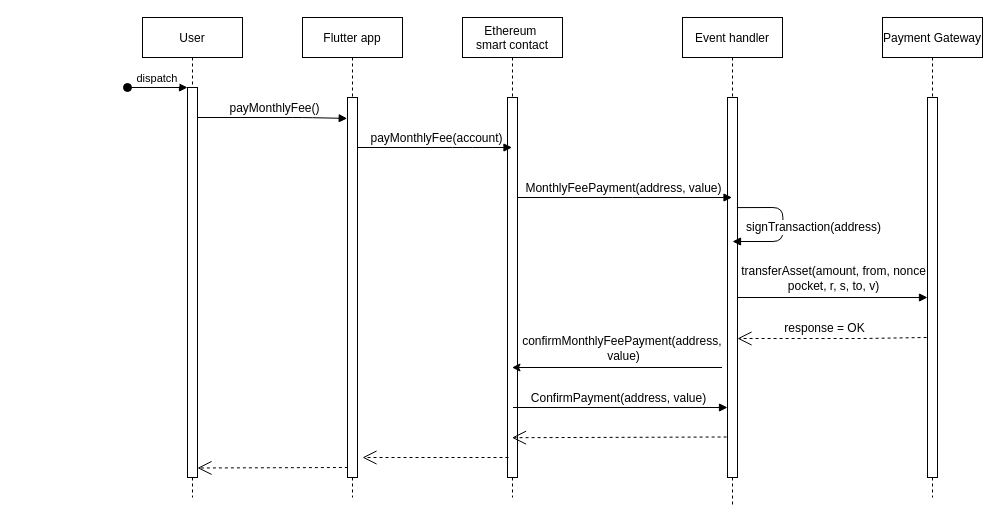
This is sysplan/payment-sequence.drawio from pelyhe/thesis, a draw.io file, before an edit. Source tidied: cells renumbered, new cells numbered last; positions are measured from the earlier drawing's top-left corner, leaving out a move shared by most shapes. Both pictures are drawn from the tidied source at 100%, with x=0, y=0 at pixel (127, 17).
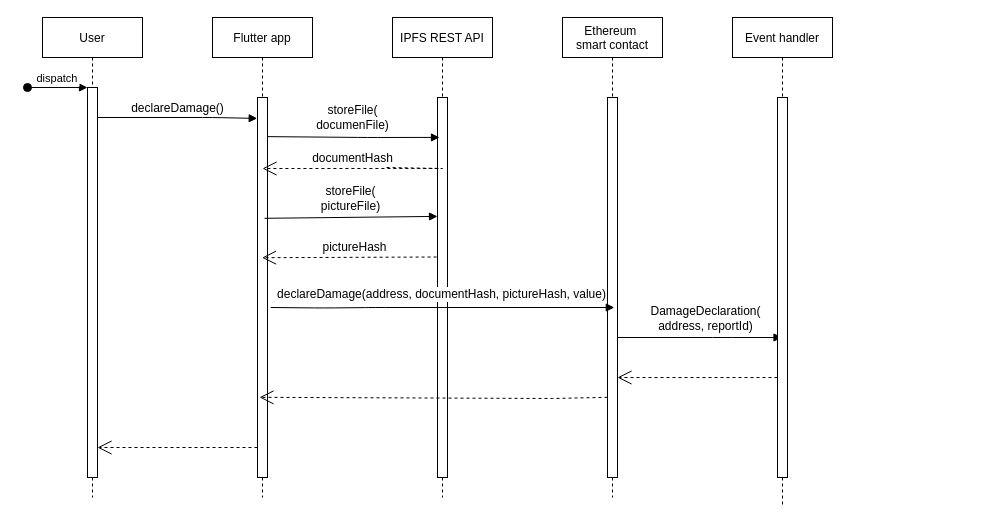
The same page after the edit.

The change refers to these unchanged cells:
```xml
<mxCell id="3" style="points=[];perimeter=orthogonalPerimeter;rounded=0;shadow=0;strokeWidth=1;" parent="2" vertex="1">
  <mxGeometry x="45" y="70" width="10" height="390" as="geometry" />
</mxCell>
<mxCell id="6" style="points=[];perimeter=orthogonalPerimeter;rounded=0;shadow=0;strokeWidth=1;" parent="5" vertex="1">
  <mxGeometry x="45" y="80" width="10" height="380" as="geometry" />
</mxCell>
<mxCell id="10" style="points=[];perimeter=orthogonalPerimeter;rounded=0;shadow=0;strokeWidth=1;" parent="9" vertex="1">
  <mxGeometry x="45" y="80" width="10" height="380" as="geometry" />
</mxCell>
<mxCell id="20" style="points=[];perimeter=orthogonalPerimeter;rounded=0;shadow=0;strokeWidth=1;" parent="19" vertex="1">
  <mxGeometry x="45" y="80" width="10" height="380" as="geometry" />
</mxCell>
```

What changed in the source:
```diff
@@
     <mxCell id="2" value="User" style="shape=umlLifeline;perimeter=lifelinePerimeter;rounded=0;shadow=0;strokeWidth=1;" parent="1" vertex="1">
-      <mxGeometry x="15" width="100" height="480" as="geometry" />
+      <mxGeometry x="-85" width="100" height="480" as="geometry" />
     </mxCell>
@@
     <mxCell id="5" value="Flutter app" style="shape=umlLifeline;perimeter=lifelinePerimeter;rounded=0;shadow=0;strokeWidth=1;" parent="1" vertex="1">
-      <mxGeometry x="175" width="100" height="480" as="geometry" />
+      <mxGeometry x="85" width="100" height="480" as="geometry" />
     </mxCell>
@@
     <mxCell id="7" style="verticalAlign=bottom;endArrow=block;shadow=0;strokeWidth=1;entryX=-0.029;entryY=0.055;entryDx=0;entryDy=0;entryPerimeter=0;" parent="1" edge="1" source="3" target="6">
       <mxGeometry relative="1" as="geometry">
         <Array as="points">
-          <mxPoint x="175" y="100" />
+          <mxPoint x="85" y="100" />
         </Array>
       </mxGeometry>
     </mxCell>
-    <mxCell id="8" value="payMonthlyFee()" style="edgeLabel;html=1;align=center;verticalAlign=middle;fontSize=12;" parent="7" vertex="1">
+    <mxCell id="8" value="declareDamage()" style="edgeLabel;html=1;align=center;verticalAlign=middle;fontSize=12;" parent="7" vertex="1">
       <mxGeometry x="-0.28" relative="1" as="geometry">
         <mxPoint x="22" y="-10" as="offset" />
       </mxGeometry>
     </mxCell>
     <mxCell id="9" value="Ethereum &#10;smart contact" style="shape=umlLifeline;perimeter=lifelinePerimeter;rounded=0;shadow=0;strokeWidth=1;" parent="1" vertex="1">
-      <mxGeometry x="335" width="100" height="480" as="geometry" />
+      <mxGeometry x="435" width="100" height="480" as="geometry" />
     </mxCell>
@@
-    <mxCell id="11" style="verticalAlign=bottom;endArrow=block;shadow=0;strokeWidth=1;" parent="9" edge="1">
-      <mxGeometry relative="1" as="geometry">
-        <mxPoint x="-105" y="130" as="sourcePoint" />
-        <mxPoint x="49.5" y="130" as="targetPoint" />
-        <Array as="points">
-          <mxPoint y="130" />
-        </Array>
-      </mxGeometry>
-    </mxCell>
-    <mxCell id="12" value="payMonthlyFee(account)" style="edgeLabel;html=1;align=center;verticalAlign=middle;fontSize=12;" parent="11" vertex="1">
-      <mxGeometry x="-0.28" relative="1" as="geometry">
-        <mxPoint x="22" y="-10" as="offset" />
-      </mxGeometry>
-    </mxCell>
-    <mxCell id="13" value="Payment Gateway" style="shape=umlLifeline;perimeter=lifelinePerimeter;rounded=0;shadow=0;strokeWidth=1;size=40;" parent="1" vertex="1">
-      <mxGeometry x="755" width="100" height="480" as="geometry" />
-    </mxCell>
-    <mxCell id="14" style="points=[];perimeter=orthogonalPerimeter;rounded=0;shadow=0;strokeWidth=1;" parent="13" vertex="1">
-      <mxGeometry x="45" y="80" width="10" height="380" as="geometry" />
-    </mxCell>
-    <mxCell id="15" style="endArrow=open;endSize=12;dashed=1;html=1;rounded=0;exitX=0.043;exitY=0.867;exitDx=0;exitDy=0;exitPerimeter=0;" parent="13" edge="1" target="20">
-      <mxGeometry x="-0.03" y="-10" relative="1" as="geometry">
-        <mxPoint x="44.1" y="320" as="sourcePoint" />
-        <Array as="points">
-          <mxPoint x="45" y="320.7" />
-          <mxPoint x="-20" y="321" />
-        </Array>
-      </mxGeometry>
-    </mxCell>
-    <mxCell id="16" value="response = OK" style="edgeLabel;html=1;align=center;verticalAlign=middle;fontSize=12;" parent="15" vertex="1">
-      <mxGeometry x="0.51" relative="1" as="geometry">
-        <mxPoint x="39" y="-11" as="offset" />
-      </mxGeometry>
-    </mxCell>
-    <mxCell id="17" style="verticalAlign=bottom;endArrow=block;shadow=0;strokeWidth=1;" parent="13" edge="1">
-      <mxGeometry relative="1" as="geometry">
-        <mxPoint x="-154.5" y="280" as="sourcePoint" />
-        <mxPoint x="45" y="280" as="targetPoint" />
-        <Array as="points">
-          <mxPoint x="-98.5" y="280" />
-        </Array>
-      </mxGeometry>
-    </mxCell>
-    <mxCell id="18" value="transferAsset(amount, from, nonce&lt;br style=&quot;font-size: 12px;&quot;&gt;pocket, r, s, to, v)" style="edgeLabel;html=1;align=center;verticalAlign=middle;fontSize=12;" parent="17" vertex="1">
-      <mxGeometry x="-0.28" relative="1" as="geometry">
-        <mxPoint x="33" y="-20" as="offset" />
-      </mxGeometry>
-    </mxCell>
+    <mxCell id="28" style="verticalAlign=bottom;endArrow=block;shadow=0;strokeWidth=1;" parent="9" edge="1">
+      <mxGeometry relative="1" as="geometry">
+        <mxPoint x="55" y="320" as="sourcePoint" />
+        <mxPoint x="219.5" y="320" as="targetPoint" />
+        <Array as="points">
+          <mxPoint x="160" y="320" />
+        </Array>
+      </mxGeometry>
+    </mxCell>
+    <mxCell id="29" value="DamageDeclaration(&lt;br&gt;address, reportId)" style="edgeLabel;html=1;align=center;verticalAlign=middle;fontSize=12;" parent="28" vertex="1">
+      <mxGeometry x="-0.28" relative="1" as="geometry">
+        <mxPoint x="28" y="-20" as="offset" />
+      </mxGeometry>
+    </mxCell>
     <mxCell id="19" value="Event handler" style="shape=umlLifeline;perimeter=lifelinePerimeter;rounded=0;shadow=0;strokeWidth=1;" parent="1" vertex="1">
-      <mxGeometry x="555" width="100" height="490" as="geometry" />
+      <mxGeometry x="605" width="100" height="490" as="geometry" />
     </mxCell>
@@
-    <mxCell id="21" style="verticalAlign=bottom;endArrow=block;shadow=0;strokeWidth=1;exitX=0.9;exitY=0.174;exitDx=0;exitDy=0;exitPerimeter=0;" parent="19" edge="1">
-      <mxGeometry relative="1" as="geometry">
-        <mxPoint x="54.4" y="190.1" as="sourcePoint" />
-        <mxPoint x="50" y="224" as="targetPoint" />
-        <Array as="points">
-          <mxPoint x="100.4" y="190" />
-          <mxPoint x="100.4" y="224" />
-        </Array>
-      </mxGeometry>
-    </mxCell>
-    <mxCell id="22" value="signTransaction(address)" style="edgeLabel;html=1;align=center;verticalAlign=middle;fontSize=12;" parent="21" vertex="1">
-      <mxGeometry x="-0.28" relative="1" as="geometry">
-        <mxPoint x="30" y="19" as="offset" />
-      </mxGeometry>
-    </mxCell>
-    <mxCell id="23" style="endArrow=open;endSize=12;dashed=1;html=1;rounded=0;exitX=0.043;exitY=0.867;exitDx=0;exitDy=0;exitPerimeter=0;" parent="19" edge="1" target="9">
+    <mxCell id="23" style="endArrow=open;endSize=12;dashed=1;html=1;rounded=0;" parent="19" edge="1" target="10">
       <mxGeometry x="-0.03" y="-10" relative="1" as="geometry">
-        <mxPoint x="44.1" y="419.5" as="sourcePoint" />
+        <mxPoint x="45" y="360" as="sourcePoint" />
         <Array as="points">
-          <mxPoint x="45" y="420.2" />
+          <mxPoint x="-80" y="360" />
+          <mxPoint x="-110" y="360" />
         </Array>
       </mxGeometry>
     </mxCell>
-    <mxCell id="24" style="verticalAlign=bottom;endArrow=block;shadow=0;strokeWidth=1;" parent="1" edge="1" target="19">
-      <mxGeometry relative="1" as="geometry">
-        <mxPoint x="390" y="180" as="sourcePoint" />
-        <Array as="points">
-          <mxPoint x="495" y="180" />
-        </Array>
-      </mxGeometry>
-    </mxCell>
-    <mxCell id="25" value="MonthlyFeePayment(address, value)" style="edgeLabel;html=1;align=center;verticalAlign=middle;fontSize=12;" parent="24" vertex="1">
-      <mxGeometry x="-0.28" relative="1" as="geometry">
-        <mxPoint x="28" y="-10" as="offset" />
-      </mxGeometry>
-    </mxCell>
-    <mxCell id="26" style="endArrow=classic;html=1;rounded=0;" parent="1" edge="1">
-      <mxGeometry relative="1" as="geometry">
-        <mxPoint x="594.5" y="350" as="sourcePoint" />
-        <mxPoint x="384.5" y="350" as="targetPoint" />
-      </mxGeometry>
-    </mxCell>
-    <mxCell id="27" value="&lt;font style=&quot;font-size: 12px;&quot;&gt;confirmMonthlyFeePayment(address,&amp;nbsp;&lt;br&gt;value)&lt;/font&gt;" style="edgeLabel;html=1;align=center;verticalAlign=middle;" parent="26" vertex="1">
-      <mxGeometry relative="1" as="geometry">
-        <mxPoint x="6" y="-20" as="offset" />
-      </mxGeometry>
-    </mxCell>
-    <mxCell id="28" style="verticalAlign=bottom;endArrow=block;shadow=0;strokeWidth=1;" parent="1" edge="1">
-      <mxGeometry relative="1" as="geometry">
-        <mxPoint x="385.5" y="390" as="sourcePoint" />
-        <mxPoint x="600" y="390" as="targetPoint" />
-        <Array as="points">
-          <mxPoint x="490.5" y="390" />
-        </Array>
-      </mxGeometry>
-    </mxCell>
-    <mxCell id="29" value="ConfirmPayment(address, value)" style="edgeLabel;html=1;align=center;verticalAlign=middle;fontSize=12;" parent="28" vertex="1">
-      <mxGeometry x="-0.28" relative="1" as="geometry">
-        <mxPoint x="28" y="-10" as="offset" />
-      </mxGeometry>
-    </mxCell>
-    <mxCell id="30" style="endArrow=open;endSize=12;dashed=1;html=1;rounded=0;" parent="1" edge="1">
-      <mxGeometry x="-0.03" y="-10" relative="1" as="geometry">
-        <mxPoint x="381" y="440" as="sourcePoint" />
-        <mxPoint x="235" y="440" as="targetPoint" />
-        <Array as="points">
-          <mxPoint x="305" y="440" />
-        </Array>
-      </mxGeometry>
-    </mxCell>
+    <mxCell id="32" value="IPFS REST API" style="shape=umlLifeline;perimeter=lifelinePerimeter;rounded=0;shadow=0;strokeWidth=1;" parent="1" vertex="1">
+      <mxGeometry x="265" width="100" height="480" as="geometry" />
+    </mxCell>
+    <mxCell id="14" style="points=[];perimeter=orthogonalPerimeter;rounded=0;shadow=0;strokeWidth=1;" parent="32" vertex="1">
+      <mxGeometry x="45" y="80" width="10" height="380" as="geometry" />
+    </mxCell>
+    <mxCell id="33" style="endArrow=open;endSize=12;dashed=1;html=1;rounded=0;exitX=0.043;exitY=0.867;exitDx=0;exitDy=0;exitPerimeter=0;" parent="32" edge="1">
+      <mxGeometry x="-0.03" y="-10" relative="1" as="geometry">
+        <mxPoint x="44.1" y="239.5" as="sourcePoint" />
+        <mxPoint x="-130.5" y="240.2" as="targetPoint" />
+        <Array as="points">
+          <mxPoint x="45" y="240.2" />
+        </Array>
+      </mxGeometry>
+    </mxCell>
+    <mxCell id="34" value="pictureHash" style="edgeLabel;html=1;align=center;verticalAlign=middle;fontSize=12;" parent="33" vertex="1">
+      <mxGeometry x="-0.27" y="-1" relative="1" as="geometry">
+        <mxPoint x="-21" y="-10" as="offset" />
+      </mxGeometry>
+    </mxCell>
+    <mxCell id="35" style="endArrow=open;endSize=12;dashed=1;html=1;rounded=0;exitX=0.043;exitY=0.867;exitDx=0;exitDy=0;exitPerimeter=0;" parent="32" edge="1">
+      <mxGeometry x="-0.03" y="-10" relative="1" as="geometry">
+        <mxPoint x="-5.9" y="150" as="sourcePoint" />
+        <mxPoint x="-130" y="151" as="targetPoint" />
+        <Array as="points">
+          <mxPoint x="50" y="151" />
+        </Array>
+      </mxGeometry>
+    </mxCell>
+    <mxCell id="36" value="documentHash" style="edgeLabel;html=1;align=center;verticalAlign=middle;fontSize=12;" parent="35" vertex="1">
+      <mxGeometry x="-0.27" y="-1" relative="1" as="geometry">
+        <mxPoint x="-60" y="-10" as="offset" />
+      </mxGeometry>
+    </mxCell>
+    <mxCell id="37" style="verticalAlign=bottom;endArrow=block;shadow=0;strokeWidth=1;exitX=1;exitY=0.103;exitDx=0;exitDy=0;exitPerimeter=0;entryX=0.2;entryY=0.105;entryDx=0;entryDy=0;entryPerimeter=0;" parent="1" edge="1" source="6" target="14">
+      <mxGeometry relative="1" as="geometry">
+        <Array as="points">
+          <mxPoint x="240" y="120" />
+        </Array>
+      </mxGeometry>
+    </mxCell>
+    <mxCell id="38" value="storeFile(&lt;br&gt;documenFile)" style="edgeLabel;html=1;align=center;verticalAlign=middle;fontSize=12;" parent="37" vertex="1">
+      <mxGeometry x="-0.28" relative="1" as="geometry">
+        <mxPoint x="23" y="-20" as="offset" />
+      </mxGeometry>
+    </mxCell>
+    <mxCell id="39" style="verticalAlign=bottom;endArrow=block;shadow=0;strokeWidth=1;exitX=0.9;exitY=0.318;exitDx=0;exitDy=0;exitPerimeter=0;entryX=0.2;entryY=0.313;entryDx=0;entryDy=0;entryPerimeter=0;" parent="1" edge="1">
+      <mxGeometry relative="1" as="geometry">
+        <mxPoint x="137" y="200.8" as="sourcePoint" />
+        <mxPoint x="310" y="198.9" as="targetPoint" />
+      </mxGeometry>
+    </mxCell>
+    <mxCell id="40" value="storeFile(&lt;br&gt;pictureFile)" style="edgeLabel;html=1;align=center;verticalAlign=middle;fontSize=12;" parent="39" vertex="1">
+      <mxGeometry x="-0.28" relative="1" as="geometry">
+        <mxPoint x="24" y="-20" as="offset" />
+      </mxGeometry>
+    </mxCell>
+    <mxCell id="41" style="endArrow=open;endSize=12;dashed=1;html=1;rounded=0;" parent="1" edge="1" target="3">
+      <mxGeometry x="-0.03" y="-10" relative="1" as="geometry">
+        <mxPoint x="130" y="430" as="sourcePoint" />
+        <Array as="points">
+          <mxPoint x="54" y="430" />
+        </Array>
+      </mxGeometry>
+    </mxCell>
-    <mxCell id="31" style="endArrow=open;endSize=12;dashed=1;html=1;rounded=0;exitX=0.043;exitY=0.867;exitDx=0;exitDy=0;exitPerimeter=0;entryX=0.9;entryY=0.79;entryDx=0;entryDy=0;entryPerimeter=0;" parent="1" edge="1">
+    <mxCell id="31" style="endArrow=open;endSize=12;dashed=1;html=1;rounded=0;entryX=0.2;entryY=0.789;entryDx=0;entryDy=0;entryPerimeter=0;exitX=0;exitY=0.789;exitDx=0;exitDy=0;exitPerimeter=0;" parent="1" edge="1" source="10" target="6">
       <mxGeometry x="-0.03" y="-10" relative="1" as="geometry">
-        <mxPoint x="220.4" y="450" as="sourcePoint" />
-        <mxPoint x="70" y="450.5" as="targetPoint" />
         <Array as="points">
-          <mxPoint x="221.3" y="450.7" />
+          <mxPoint x="425" y="381" />
         </Array>
       </mxGeometry>
     </mxCell>
+    <mxCell id="42" style="verticalAlign=bottom;endArrow=block;shadow=0;strokeWidth=1;" parent="1" edge="1">
+      <mxGeometry relative="1" as="geometry">
+        <mxPoint x="143.2" y="290" as="sourcePoint" />
+        <mxPoint x="486.8" y="290" as="targetPoint" />
+        <Array as="points">
+          <mxPoint x="197.2" y="290.5" />
+          <mxPoint x="248.2" y="290" />
+        </Array>
+      </mxGeometry>
+    </mxCell>
+    <mxCell id="43" value="declareDamage(address, documentHash, pictureHash, value)" style="edgeLabel;html=1;align=center;verticalAlign=middle;fontSize=12;" parent="42" vertex="1">
+      <mxGeometry x="-0.28" relative="1" as="geometry">
+        <mxPoint x="46" y="-14" as="offset" />
+      </mxGeometry>
+    </mxCell>
```
